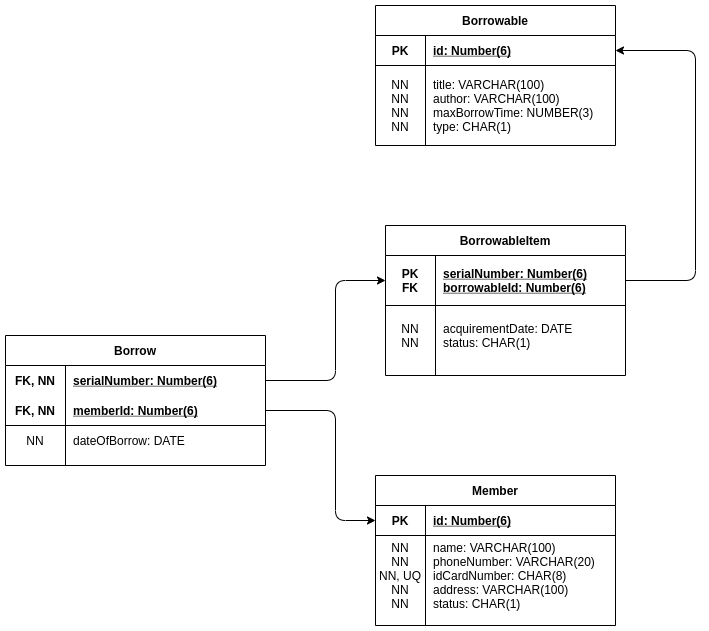
bbalage/information-systems-handin keeps this draw.io diagram as docs/img/information-systems-relational-diagram.png. Above is the earlier version. Source tidied: cells renumbered, new cells last; positions are measured from the earlier drawing's top-left corner, leaving out a move shared by most shapes.
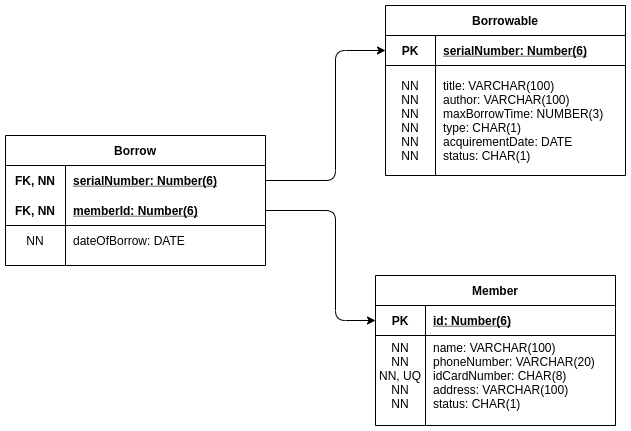
The same diagram one commit later.

Commit message:
Cleared borrowableItem from the relational structure and docs.

What changed in the source:
```diff
@@ -54,7 +54,7 @@
       <mxGeometry x="50" width="190" height="80" as="geometry" />
     </mxCell>
     <mxCell id="19" value="Borrowable" style="shape=table;startSize=30;rowLines=0;fontStyle=1;align=center;" parent="1" vertex="1">
-      <mxGeometry x="370" width="240" height="140" as="geometry" />
+      <mxGeometry x="380" y="200" width="240" height="170" as="geometry" />
     </mxCell>
     <mxCell id="20" style="shape=partialRectangle;fillColor=none;top=0;left=0;bottom=1;right=0;points=[[0,0.5],[1,0.5]];portConstraint=eastwest;" parent="19" vertex="1">
       <mxGeometry y="30" width="240" height="30" as="geometry" />
@@ -62,23 +62,23 @@
     <mxCell id="21" value="PK" style="shape=partialRectangle;fillColor=none;top=0;left=0;bottom=0;right=0;fontStyle=1;overflow=hidden;" parent="20" vertex="1">
       <mxGeometry width="50" height="30" as="geometry" />
     </mxCell>
-    <mxCell id="22" value="id: Number(6)" style="shape=partialRectangle;fillColor=none;top=0;left=0;bottom=0;right=0;align=left;spacingLeft=6;fontStyle=5;overflow=hidden;" parent="20" vertex="1">
+    <mxCell id="22" value="serialNumber: Number(6)" style="shape=partialRectangle;fillColor=none;top=0;left=0;bottom=0;right=0;align=left;spacingLeft=6;fontStyle=5;overflow=hidden;" parent="20" vertex="1">
       <mxGeometry x="50" width="190" height="30" as="geometry" />
     </mxCell>
     <mxCell id="23" style="shape=partialRectangle;fillColor=none;top=0;left=0;bottom=0;right=0;" parent="19" vertex="1">
-      <mxGeometry y="60" width="240" height="80" as="geometry" />
+      <mxGeometry y="60" width="240" height="110" as="geometry" />
     </mxCell>
-    <mxCell id="24" value="NN&#10;NN&#10;NN&#10;NN" style="shape=partialRectangle;fillColor=none;top=0;left=0;bottom=0;right=0;overflow=hidden;" parent="23" vertex="1">
-      <mxGeometry width="50" height="80" as="geometry" />
+    <mxCell id="24" value="NN&#10;NN&#10;NN&#10;NN&#10;NN&#10;NN" style="shape=partialRectangle;fillColor=none;top=0;left=0;bottom=0;right=0;overflow=hidden;" parent="23" vertex="1">
+      <mxGeometry width="50" height="110" as="geometry" />
     </mxCell>
-    <mxCell id="25" value="title: VARCHAR(100)&#10;author: VARCHAR(100)&#10;maxBorrowTime: NUMBER(3)&#10;type: CHAR(1)" style="shape=partialRectangle;fillColor=none;top=0;left=0;bottom=0;right=0;align=left;spacingLeft=6;overflow=hidden;" parent="23" vertex="1">
-      <mxGeometry x="50" width="190" height="80" as="geometry" />
+    <mxCell id="25" value="title: VARCHAR(100)&#10;author: VARCHAR(100)&#10;maxBorrowTime: NUMBER(3)&#10;type: CHAR(1)&#10;acquirementDate: DATE&#10;status: CHAR(1)" style="shape=partialRectangle;fillColor=none;top=0;left=0;bottom=0;right=0;align=left;spacingLeft=6;overflow=hidden;" parent="23" vertex="1">
+      <mxGeometry x="50" width="190" height="110" as="geometry" />
     </mxCell>
-    <mxCell id="26" style="endArrow=classic;html=1;exitX=1;exitY=0.5;exitDx=0;exitDy=0;entryX=0;entryY=0.5;entryDx=0;entryDy=0;" parent="1" edge="1" source="3" target="29">
+    <mxCell id="26" style="endArrow=classic;html=1;exitX=1;exitY=0.5;exitDx=0;exitDy=0;entryX=0;entryY=0.5;entryDx=0;entryDy=0;" parent="1" edge="1" source="3" target="20">
       <mxGeometry relative="1" as="geometry">
         <Array as="points">
           <mxPoint x="330" y="375" />
-          <mxPoint x="330" y="275" />
+          <mxPoint x="330" y="245" />
         </Array>
       </mxGeometry>
     </mxCell>
@@ -90,34 +90,5 @@
         </Array>
       </mxGeometry>
     </mxCell>
-    <mxCell id="28" value="BorrowableItem" style="shape=table;startSize=30;rowLines=0;fontStyle=1;align=center;" parent="1" vertex="1">
-      <mxGeometry x="380" y="220" width="240" height="150" as="geometry" />
-    </mxCell>
-    <mxCell id="29" style="shape=partialRectangle;fillColor=none;top=0;left=0;bottom=1;right=0;points=[[0,0.5],[1,0.5]];portConstraint=eastwest;" parent="28" vertex="1">
-      <mxGeometry y="30" width="240" height="50" as="geometry" />
-    </mxCell>
-    <mxCell id="30" value="PK&#10;FK" style="shape=partialRectangle;fillColor=none;top=0;left=0;bottom=0;right=0;fontStyle=1;overflow=hidden;" parent="29" vertex="1">
-      <mxGeometry width="50" height="50" as="geometry" />
-    </mxCell>
-    <mxCell id="31" value="serialNumber: Number(6)&#10;borrowableId: Number(6)" style="shape=partialRectangle;fillColor=none;top=0;left=0;bottom=0;right=0;align=left;spacingLeft=6;fontStyle=5;overflow=hidden;" parent="29" vertex="1">
-      <mxGeometry x="50" width="190" height="50" as="geometry" />
-    </mxCell>
-    <mxCell id="32" style="shape=partialRectangle;fillColor=none;top=0;left=0;bottom=0;right=0;" parent="28" vertex="1">
-      <mxGeometry y="80" width="240" height="60" as="geometry" />
-    </mxCell>
-    <mxCell id="33" value="NN&#10;NN" style="shape=partialRectangle;fillColor=none;top=0;left=0;bottom=0;right=0;overflow=hidden;" parent="32" vertex="1">
-      <mxGeometry width="50" height="60" as="geometry" />
-    </mxCell>
-    <mxCell id="34" value="acquirementDate: DATE&#10;status: CHAR(1)" style="shape=partialRectangle;fillColor=none;top=0;left=0;bottom=0;right=0;align=left;spacingLeft=6;overflow=hidden;" parent="32" vertex="1">
-      <mxGeometry x="50" width="190" height="60" as="geometry" />
-    </mxCell>
-    <mxCell id="35" style="endArrow=classic;html=1;entryX=1;entryY=0.5;entryDx=0;entryDy=0;exitX=1;exitY=0.5;exitDx=0;exitDy=0;" parent="1" edge="1" source="29" target="20">
-      <mxGeometry relative="1" as="geometry">
-        <Array as="points">
-          <mxPoint x="690" y="275" />
-          <mxPoint x="690" y="45" />
-        </Array>
-      </mxGeometry>
-    </mxCell>
   </root>
 </mxGraphModel>
```
